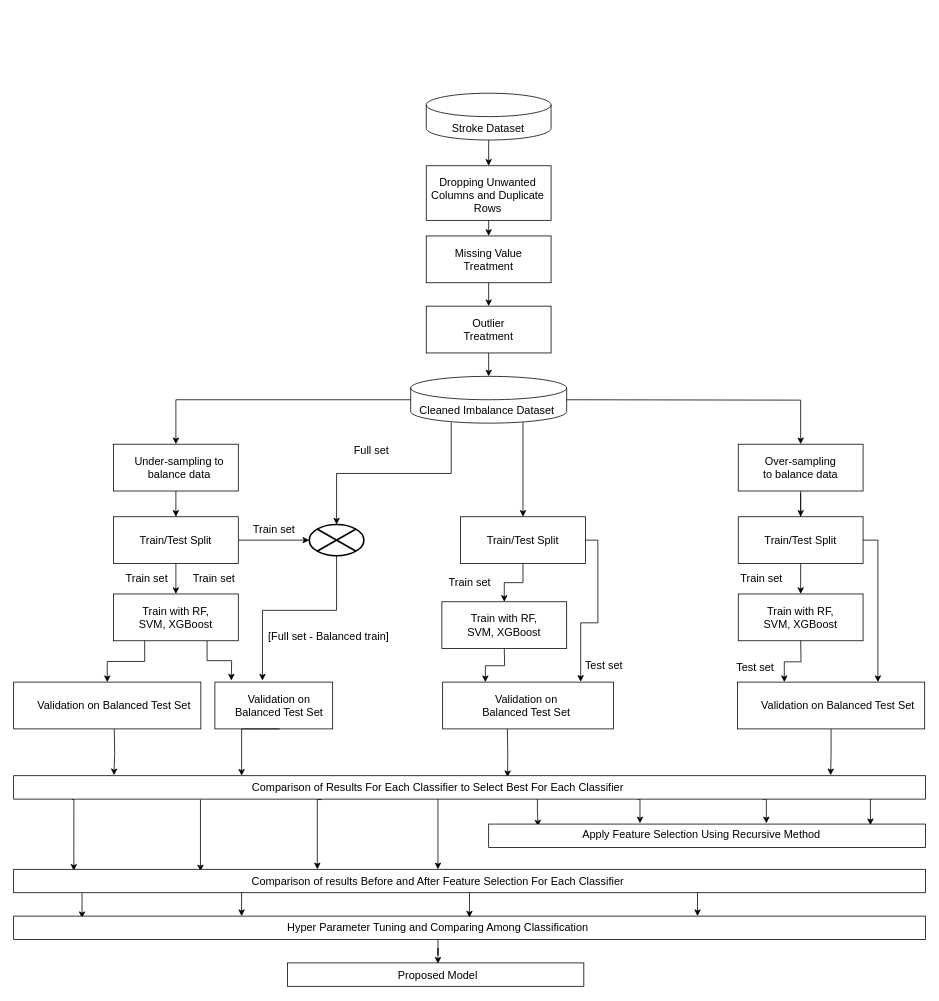
Earlier version of the draw.io diagram Proposed model.drawio (dimitrykhan/MyNGWarriors). Source tidied: cells renumbered, new cells numbered last; positions are measured from the earlier drawing's top-left corner, leaving out a move shared by most shapes. Both pictures are drawn from the tidied source at 78%, with x=0, y=0 at pixel (13, 93).
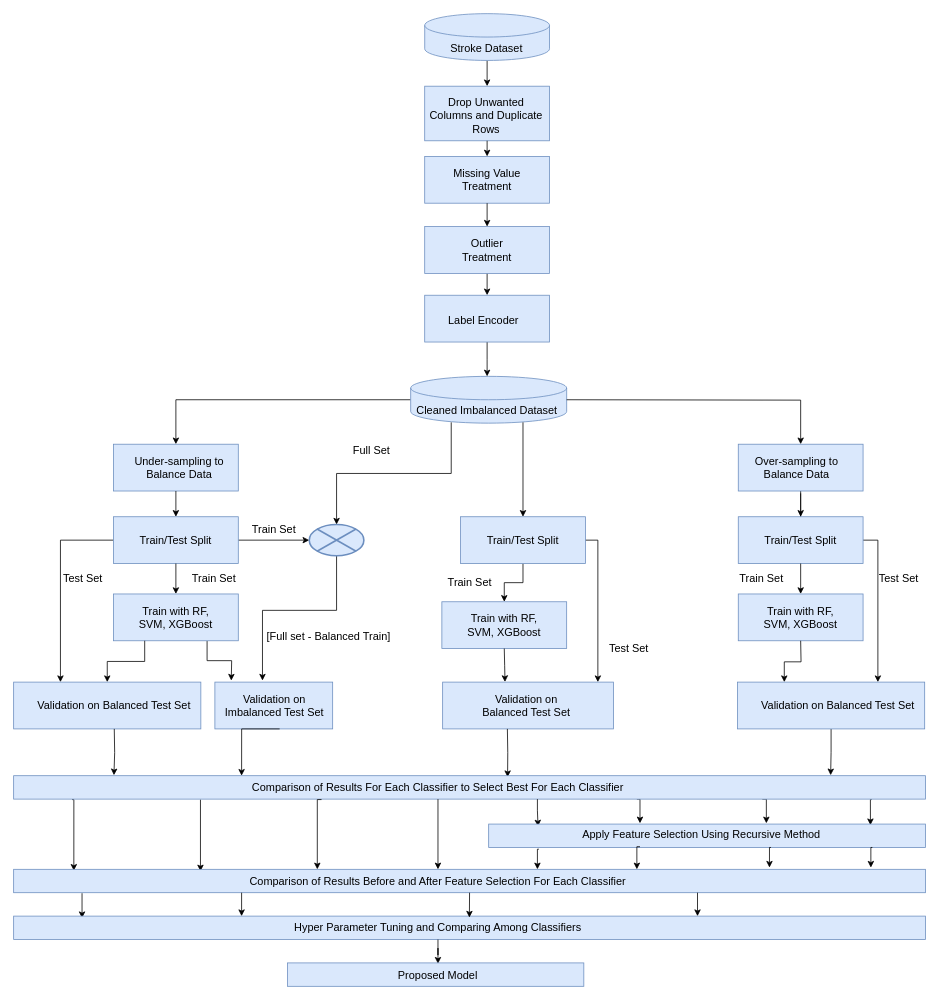
The same diagram, later.

The change refers to these unchanged cells:
```xml
<mxCell id="70" value="&lt;font style=&quot;font-size: 14px;&quot;&gt;Apply Feature Selection Using Recursive Method&lt;/font&gt;" style="text;html=1;strokeColor=none;fillColor=none;align=center;verticalAlign=middle;whiteSpace=wrap;rounded=0;" parent="1" vertex="1">
  <mxGeometry x="724" y="936" width="316" height="30" as="geometry" />
</mxCell>
```

Diff of the diagram source:
```diff
@@
-    <mxCell id="3" style="shape=cylinder3;whiteSpace=wrap;html=1;boundedLbl=1;backgroundOutline=1;size=15;" parent="1" vertex="1">
-      <mxGeometry x="529" width="160" height="60" as="geometry" />
+    <mxCell id="3" style="shape=cylinder3;whiteSpace=wrap;html=1;boundedLbl=1;backgroundOutline=1;size=15;fillColor=#dae8fc;strokeColor=#6c8ebf;" parent="1" vertex="1">
+      <mxGeometry x="527" y="-102" width="160" height="60" as="geometry" />
     </mxCell>
     <mxCell id="4" value="&lt;font style=&quot;font-size: 14px;&quot;&gt;Stroke Dataset&lt;/font&gt;" style="text;html=1;strokeColor=none;fillColor=none;align=center;verticalAlign=middle;whiteSpace=wrap;rounded=0;" parent="1" vertex="1">
-      <mxGeometry x="559" y="30" width="99" height="30" as="geometry" />
+      <mxGeometry x="557" y="-72" width="99" height="30" as="geometry" />
     </mxCell>
-    <mxCell id="5" style="rounded=0;whiteSpace=wrap;html=1;" parent="1" vertex="1">
-      <mxGeometry x="529" y="93" width="160" height="70" as="geometry" />
+    <mxCell id="5" style="rounded=0;whiteSpace=wrap;html=1;fillColor=#dae8fc;strokeColor=#6c8ebf;" parent="1" vertex="1">
+      <mxGeometry x="527" y="-9" width="160" height="70" as="geometry" />
     </mxCell>
     <mxCell id="6" style="edgeStyle=none;rounded=0;jettySize=auto;html=1;entryX=0.5;entryY=0;entryDx=0;entryDy=0;" parent="1" edge="1" target="8">
       <mxGeometry relative="1" as="geometry">
-        <mxPoint x="609" y="163" as="sourcePoint" />
+        <mxPoint x="607" y="61" as="sourcePoint" />
       </mxGeometry>
     </mxCell>
-    <mxCell id="7" value="&lt;font style=&quot;font-size: 14px;&quot;&gt;Dropping Unwanted Columns and Duplicate Rows&lt;/font&gt;" style="text;html=1;strokeColor=none;fillColor=none;align=center;verticalAlign=middle;whiteSpace=wrap;rounded=0;" parent="1" vertex="1">
-      <mxGeometry x="533" y="118" width="150" height="25" as="geometry" />
+    <mxCell id="7" value="&lt;font style=&quot;font-size: 14px;&quot;&gt;Drop Unwanted Columns and Duplicate Rows&lt;/font&gt;" style="text;html=1;strokeColor=none;fillColor=none;align=center;verticalAlign=middle;whiteSpace=wrap;rounded=0;" parent="1" vertex="1">
+      <mxGeometry x="531" y="16" width="150" height="25" as="geometry" />
     </mxCell>
-    <mxCell id="8" style="rounded=0;whiteSpace=wrap;html=1;" parent="1" vertex="1">
-      <mxGeometry x="529" y="183" width="160" height="60" as="geometry" />
+    <mxCell id="8" style="rounded=0;whiteSpace=wrap;html=1;fillColor=#dae8fc;strokeColor=#6c8ebf;" parent="1" vertex="1">
+      <mxGeometry x="527" y="81" width="160" height="60" as="geometry" />
     </mxCell>
     <mxCell id="9" style="edgeStyle=none;rounded=0;jettySize=auto;html=1;entryX=0.5;entryY=0;entryDx=0;entryDy=0;" parent="1" edge="1" target="12">
       <mxGeometry relative="1" as="geometry">
-        <mxPoint x="609" y="243" as="sourcePoint" />
+        <mxPoint x="607" y="141" as="sourcePoint" />
       </mxGeometry>
     </mxCell>
     <mxCell id="10" value="&lt;font style=&quot;font-size: 14px;&quot;&gt;Missing Value Treatment&lt;/font&gt;" style="text;html=1;strokeColor=none;fillColor=none;align=center;verticalAlign=middle;whiteSpace=wrap;rounded=0;" parent="1" vertex="1">
-      <mxGeometry x="559" y="198" width="100" height="30" as="geometry" />
+      <mxGeometry x="557" y="96" width="100" height="30" as="geometry" />
     </mxCell>
-    <mxCell id="11" style="edgeStyle=none;rounded=0;jettySize=auto;html=1;exitX=0.5;exitY=1;exitDx=0;exitDy=0;entryX=0.5;entryY=0;entryDx=0;entryDy=0;entryPerimeter=0;" parent="1" edge="1" source="12">
-      <mxGeometry relative="1" as="geometry">
-        <mxPoint x="609" y="363" as="targetPoint" />
-      </mxGeometry>
+    <mxCell id="11" style="edgeStyle=none;rounded=0;jettySize=auto;html=1;exitX=0.5;exitY=1;exitDx=0;exitDy=0;entryX=0.5;entryY=0;entryDx=0;entryDy=0;" parent="1" edge="1" source="12" target="98">
+      <mxGeometry relative="1" as="geometry" />
     </mxCell>
-    <mxCell id="12" style="rounded=0;whiteSpace=wrap;html=1;" parent="1" vertex="1">
-      <mxGeometry x="529" y="273" width="160" height="60" as="geometry" />
+    <mxCell id="12" style="rounded=0;whiteSpace=wrap;html=1;fillColor=#dae8fc;strokeColor=#6c8ebf;" parent="1" vertex="1">
+      <mxGeometry x="527" y="171" width="160" height="60" as="geometry" />
     </mxCell>
     <mxCell id="13" value="&lt;font style=&quot;font-size: 14px;&quot;&gt;Outlier Treatment&lt;/font&gt;" style="text;html=1;strokeColor=none;fillColor=none;align=center;verticalAlign=middle;whiteSpace=wrap;rounded=0;strokeWidth=2;" parent="1" vertex="1">
-      <mxGeometry x="559" y="288" width="100" height="30" as="geometry" />
+      <mxGeometry x="557" y="186" width="100" height="30" as="geometry" />
     </mxCell>
@@
-    <mxCell id="15" style="shape=cylinder3;whiteSpace=wrap;html=1;boundedLbl=1;backgroundOutline=1;size=15;" parent="1" vertex="1">
+    <mxCell id="15" style="shape=cylinder3;whiteSpace=wrap;html=1;boundedLbl=1;backgroundOutline=1;size=15;fillColor=#dae8fc;strokeColor=#6c8ebf;" parent="1" vertex="1">
       <mxGeometry x="509" y="363" width="200" height="60" as="geometry" />
     </mxCell>
@@
-    <mxCell id="19" value="&lt;font style=&quot;font-size: 14px;&quot;&gt;Cleaned Imbalance Dataset&lt;/font&gt;" style="text;html=1;strokeColor=none;fillColor=none;align=center;verticalAlign=middle;whiteSpace=wrap;rounded=0;" parent="1" vertex="1">
+    <mxCell id="19" value="&lt;font style=&quot;font-size: 14px;&quot;&gt;Cleaned Imbalanced Dataset&lt;/font&gt;" style="text;html=1;strokeColor=none;fillColor=none;align=center;verticalAlign=middle;whiteSpace=wrap;rounded=0;" parent="1" vertex="1">
       <mxGeometry x="515" y="392" width="184" height="30" as="geometry" />
     </mxCell>
+    <mxCell id="95" style="edgeStyle=orthogonalEdgeStyle;rounded=0;jettySize=auto;html=1;entryX=0.25;entryY=0;entryDx=0;entryDy=0;exitX=0;exitY=0.5;exitDx=0;exitDy=0;" parent="1" edge="1" source="28" target="42">
+      <mxGeometry relative="1" as="geometry" />
+    </mxCell>
-    <mxCell id="20" style="rounded=0;whiteSpace=wrap;html=1;" parent="1" vertex="1">
+    <mxCell id="20" style="rounded=0;whiteSpace=wrap;html=1;fillColor=#dae8fc;strokeColor=#6c8ebf;" parent="1" vertex="1">
       <mxGeometry x="128" y="450" width="160" height="60" as="geometry" />
     </mxCell>
@@
-    <mxCell id="22" value="&lt;font style=&quot;font-size: 14px;&quot;&gt;Under-sampling to balance data&lt;/font&gt;" style="text;html=1;strokeColor=none;fillColor=none;align=center;verticalAlign=middle;whiteSpace=wrap;rounded=0;" parent="1" vertex="1">
+    <mxCell id="22" value="&lt;font style=&quot;font-size: 14px;&quot;&gt;Under-sampling to Balance Data&lt;/font&gt;" style="text;html=1;strokeColor=none;fillColor=none;align=center;verticalAlign=middle;whiteSpace=wrap;rounded=0;" parent="1" vertex="1">
       <mxGeometry x="153" y="465" width="119" height="30" as="geometry" />
     </mxCell>
@@
-    <mxCell id="24" style="rounded=0;whiteSpace=wrap;html=1;" parent="1" vertex="1">
+    <mxCell id="24" style="rounded=0;whiteSpace=wrap;html=1;fillColor=#dae8fc;strokeColor=#6c8ebf;" parent="1" vertex="1">
       <mxGeometry x="929" y="450" width="160" height="60" as="geometry" />
     </mxCell>
@@
-    <mxCell id="26" value="&lt;font style=&quot;font-size: 14px;&quot;&gt;Over-sampling to balance data&lt;/font&gt;" style="text;html=1;strokeColor=none;fillColor=none;align=center;verticalAlign=middle;whiteSpace=wrap;rounded=0;" parent="1" vertex="1">
-      <mxGeometry x="959" y="465" width="100" height="30" as="geometry" />
+    <mxCell id="26" value="&lt;font style=&quot;font-size: 14px;&quot;&gt;Over-sampling to Balance Data&lt;/font&gt;" style="text;html=1;strokeColor=none;fillColor=none;align=center;verticalAlign=middle;whiteSpace=wrap;rounded=0;" parent="1" vertex="1">
+      <mxGeometry x="949" y="465" width="110" height="30" as="geometry" />
     </mxCell>
@@
-    <mxCell id="28" style="rounded=0;whiteSpace=wrap;html=1;" parent="1" vertex="1">
+    <mxCell id="28" style="rounded=0;whiteSpace=wrap;html=1;fillColor=#dae8fc;strokeColor=#6c8ebf;" parent="1" vertex="1">
       <mxGeometry x="128" y="543" width="160" height="60" as="geometry" />
     </mxCell>
@@
-    <mxCell id="32" style="rounded=0;whiteSpace=wrap;html=1;" parent="1" vertex="1">
+    <mxCell id="32" style="rounded=0;whiteSpace=wrap;html=1;fillColor=#dae8fc;strokeColor=#6c8ebf;" parent="1" vertex="1">
       <mxGeometry x="929" y="543" width="160" height="60" as="geometry" />
     </mxCell>
@@
-    <mxCell id="36" style="rounded=0;whiteSpace=wrap;html=1;" parent="1" vertex="1">
+    <mxCell id="36" style="rounded=0;whiteSpace=wrap;html=1;fillColor=#dae8fc;strokeColor=#6c8ebf;" parent="1" vertex="1">
       <mxGeometry x="128" y="642" width="160" height="60" as="geometry" />
     </mxCell>
@@
-    <mxCell id="38" style="rounded=0;whiteSpace=wrap;html=1;" parent="1" vertex="1">
+    <mxCell id="38" style="rounded=0;whiteSpace=wrap;html=1;fillColor=#dae8fc;strokeColor=#6c8ebf;" parent="1" vertex="1">
       <mxGeometry x="929" y="642" width="160" height="60" as="geometry" />
     </mxCell>
@@
-    <mxCell id="42" style="rounded=0;whiteSpace=wrap;html=1;" parent="1" vertex="1">
+    <mxCell id="42" style="rounded=0;whiteSpace=wrap;html=1;fillColor=#dae8fc;strokeColor=#6c8ebf;" parent="1" vertex="1">
       <mxGeometry y="755" width="240" height="60" as="geometry" />
     </mxCell>
@@
-    <mxCell id="45" style="rounded=0;whiteSpace=wrap;html=1;" parent="1" vertex="1">
+    <mxCell id="45" style="rounded=0;whiteSpace=wrap;html=1;fillColor=#dae8fc;strokeColor=#6c8ebf;" parent="1" vertex="1">
       <mxGeometry x="258" y="755" width="151" height="60" as="geometry" />
     </mxCell>
@@
-    <mxCell id="47" value="&lt;font style=&quot;font-size: 14px;&quot;&gt;Validation on Balanced Test Set&lt;/font&gt;" style="text;html=1;strokeColor=none;fillColor=none;align=center;verticalAlign=middle;whiteSpace=wrap;rounded=0;" parent="1" vertex="1">
-      <mxGeometry x="282" y="770" width="117" height="30" as="geometry" />
+    <mxCell id="47" value="&lt;font style=&quot;font-size: 14px;&quot;&gt;Validation on Imbalanced Test Set&lt;/font&gt;" style="text;html=1;strokeColor=none;fillColor=none;align=center;verticalAlign=middle;whiteSpace=wrap;rounded=0;" parent="1" vertex="1">
+      <mxGeometry x="261" y="770" width="147" height="30" as="geometry" />
     </mxCell>
@@
-    <mxCell id="49" style="edgeStyle=orthogonalEdgeStyle;rounded=0;jettySize=auto;html=1;entryX=0.808;entryY=-0.006;entryDx=0;entryDy=0;fontSize=14;entryPerimeter=0;" parent="1" edge="1" source="50" target="55">
+    <mxCell id="49" style="edgeStyle=orthogonalEdgeStyle;rounded=0;jettySize=auto;html=1;fontSize=14;" parent="1" edge="1" source="50">
       <mxGeometry relative="1" as="geometry">
+        <mxPoint x="749" y="755" as="targetPoint" />
         <Array as="points">
           <mxPoint x="749" y="573" />
-          <mxPoint x="749" y="679" />
-          <mxPoint x="727" y="679" />
+          <mxPoint x="749" y="755" />
         </Array>
       </mxGeometry>
     </mxCell>
-    <mxCell id="50" style="rounded=0;whiteSpace=wrap;html=1;" parent="1" vertex="1">
+    <mxCell id="50" style="rounded=0;whiteSpace=wrap;html=1;fillColor=#dae8fc;strokeColor=#6c8ebf;" parent="1" vertex="1">
       <mxGeometry x="573" y="543" width="160" height="60" as="geometry" />
     </mxCell>
@@
-    <mxCell id="52" style="rounded=0;whiteSpace=wrap;html=1;" parent="1" vertex="1">
+    <mxCell id="52" style="rounded=0;whiteSpace=wrap;html=1;fillColor=#dae8fc;strokeColor=#6c8ebf;" parent="1" vertex="1">
       <mxGeometry x="549" y="652" width="160" height="60" as="geometry" />
     </mxCell>
-    <mxCell id="53" style="edgeStyle=orthogonalEdgeStyle;rounded=0;jettySize=auto;html=1;entryX=0.25;entryY=0;entryDx=0;entryDy=0;fontSize=14;" parent="1" edge="1" target="55">
+    <mxCell id="53" style="edgeStyle=orthogonalEdgeStyle;rounded=0;jettySize=auto;html=1;entryX=0.365;entryY=-0.003;entryDx=0;entryDy=0;fontSize=14;entryPerimeter=0;" parent="1" edge="1" target="55">
       <mxGeometry relative="1" as="geometry">
         <mxPoint x="629" y="712" as="sourcePoint" />
       </mxGeometry>
     </mxCell>
@@
-    <mxCell id="55" style="rounded=0;whiteSpace=wrap;html=1;" parent="1" vertex="1">
+    <mxCell id="55" style="rounded=0;whiteSpace=wrap;html=1;fillColor=#dae8fc;strokeColor=#6c8ebf;" parent="1" vertex="1">
       <mxGeometry x="550" y="755" width="219" height="60" as="geometry" />
     </mxCell>
@@
-    <mxCell id="59" style="rounded=0;whiteSpace=wrap;html=1;" parent="1" vertex="1">
+    <mxCell id="59" style="rounded=0;whiteSpace=wrap;html=1;fillColor=#dae8fc;strokeColor=#6c8ebf;" parent="1" vertex="1">
       <mxGeometry x="928" y="755" width="240" height="60" as="geometry" />
     </mxCell>
@@
-    <mxCell id="66" style="rounded=0;whiteSpace=wrap;html=1;" parent="1" vertex="1">
+    <mxCell id="66" style="rounded=0;whiteSpace=wrap;html=1;fillColor=#dae8fc;strokeColor=#6c8ebf;" parent="1" vertex="1">
       <mxGeometry y="875" width="1169" height="30" as="geometry" />
     </mxCell>
@@
+    <mxCell id="96" style="edgeStyle=orthogonalEdgeStyle;rounded=0;jettySize=auto;html=1;entryX=0.75;entryY=0;entryDx=0;entryDy=0;fontSize=14;exitX=0.115;exitY=1.073;exitDx=0;exitDy=0;exitPerimeter=0;" parent="1" edge="1" source="69" target="73">
+      <mxGeometry relative="1" as="geometry" />
+    </mxCell>
-    <mxCell id="69" style="rounded=0;whiteSpace=wrap;html=1;" parent="1" vertex="1">
+    <mxCell id="69" style="rounded=0;whiteSpace=wrap;html=1;fillColor=#dae8fc;strokeColor=#6c8ebf;" parent="1" vertex="1">
       <mxGeometry x="609" y="937" width="560" height="30" as="geometry" />
     </mxCell>
@@
-    <mxCell id="72" style="rounded=0;whiteSpace=wrap;html=1;" parent="1" vertex="1">
+    <mxCell id="72" style="rounded=0;whiteSpace=wrap;html=1;fillColor=#dae8fc;strokeColor=#6c8ebf;" parent="1" vertex="1">
       <mxGeometry y="995" width="1169" height="30" as="geometry" />
     </mxCell>
-    <mxCell id="73" value="&lt;font style=&quot;font-size: 14px;&quot;&gt;Comparison of results Before and After Feature Selection For Each Classifier&lt;/font&gt;" style="text;html=1;strokeColor=none;fillColor=none;align=center;verticalAlign=middle;whiteSpace=wrap;rounded=0;" parent="1" vertex="1">
+    <mxCell id="73" value="&lt;font style=&quot;font-size: 14px;&quot;&gt;Comparison of Results Before and After Feature Selection For Each Classifier&lt;/font&gt;" style="text;html=1;strokeColor=none;fillColor=none;align=center;verticalAlign=middle;whiteSpace=wrap;rounded=0;" parent="1" vertex="1">
       <mxGeometry x="289" y="995" width="510" height="30" as="geometry" />
     </mxCell>
-    <mxCell id="74" style="rounded=0;whiteSpace=wrap;html=1;" parent="1" vertex="1">
+    <mxCell id="74" style="rounded=0;whiteSpace=wrap;html=1;fillColor=#dae8fc;strokeColor=#6c8ebf;" parent="1" vertex="1">
       <mxGeometry y="1055" width="1169" height="30" as="geometry" />
     </mxCell>
@@
-    <mxCell id="76" value="&lt;font style=&quot;font-size: 14px;&quot;&gt;Hyper Parameter Tuning and Comparing Among Classification&lt;/font&gt;" style="text;html=1;strokeColor=none;fillColor=none;align=center;verticalAlign=middle;whiteSpace=wrap;rounded=0;" parent="1" vertex="1">
+    <mxCell id="76" value="&lt;font style=&quot;font-size: 14px;&quot;&gt;Hyper Parameter Tuning and Comparing Among Classifiers&lt;/font&gt;" style="text;html=1;strokeColor=none;fillColor=none;align=center;verticalAlign=middle;whiteSpace=wrap;rounded=0;" parent="1" vertex="1">
       <mxGeometry x="289" y="1055" width="510" height="30" as="geometry" />
     </mxCell>
-    <mxCell id="77" style="rounded=0;whiteSpace=wrap;html=1;" parent="1" vertex="1">
+    <mxCell id="77" style="rounded=0;whiteSpace=wrap;html=1;fillColor=#dae8fc;strokeColor=#6c8ebf;" parent="1" vertex="1">
       <mxGeometry x="351" y="1115" width="380" height="30" as="geometry" />
     </mxCell>
     <mxCell id="78" value="&lt;font style=&quot;font-size: 14px;&quot;&gt;Proposed Model&lt;/font&gt;" style="text;html=1;strokeColor=none;fillColor=none;align=center;verticalAlign=middle;whiteSpace=wrap;rounded=0;" parent="1" vertex="1">
-      <mxGeometry x="289" y="1116" width="510" height="30" as="geometry" />
+      <mxGeometry x="439" y="1116" width="210" height="30" as="geometry" />
     </mxCell>
@@
-    <mxCell id="85" style="verticalLabelPosition=bottom;verticalAlign=top;html=1;shape=mxgraph.flowchart.or;fontSize=14;strokeWidth=2;" parent="1" vertex="1">
+    <mxCell id="85" style="verticalLabelPosition=bottom;verticalAlign=top;html=1;shape=mxgraph.flowchart.or;fontSize=14;strokeWidth=2;fillColor=#dae8fc;strokeColor=#6c8ebf;" parent="1" vertex="1">
       <mxGeometry x="379" y="553" width="70" height="40" as="geometry" />
     </mxCell>
-    <mxCell id="86" value="Full set" style="text;html=1;strokeColor=none;fillColor=none;align=center;verticalAlign=middle;whiteSpace=wrap;rounded=0;fontSize=14;" parent="1" vertex="1">
+    <mxCell id="86" value="Full Set" style="text;html=1;strokeColor=none;fillColor=none;align=center;verticalAlign=middle;whiteSpace=wrap;rounded=0;fontSize=14;" parent="1" vertex="1">
       <mxGeometry x="429" y="443" width="60" height="30" as="geometry" />
     </mxCell>
-    <mxCell id="87" value="Train set" style="text;html=1;strokeColor=none;fillColor=none;align=center;verticalAlign=middle;whiteSpace=wrap;rounded=0;fontSize=14;" parent="1" vertex="1">
-      <mxGeometry x="141" y="607" width="60" height="30" as="geometry" />
+    <mxCell id="87" value="Test Set" style="text;html=1;strokeColor=none;fillColor=none;align=center;verticalAlign=middle;whiteSpace=wrap;rounded=0;fontSize=14;" parent="1" vertex="1">
+      <mxGeometry x="59" y="607" width="60" height="30" as="geometry" />
     </mxCell>
-    <mxCell id="88" value="Train set" style="text;html=1;strokeColor=none;fillColor=none;align=center;verticalAlign=middle;whiteSpace=wrap;rounded=0;fontSize=14;" parent="1" vertex="1">
+    <mxCell id="88" value="Train Set" style="text;html=1;strokeColor=none;fillColor=none;align=center;verticalAlign=middle;whiteSpace=wrap;rounded=0;fontSize=14;" parent="1" vertex="1">
       <mxGeometry x="227" y="607" width="60" height="30" as="geometry" />
     </mxCell>
-    <mxCell id="89" value="Train set" style="text;html=1;strokeColor=none;fillColor=none;align=center;verticalAlign=middle;whiteSpace=wrap;rounded=0;fontSize=14;" parent="1" vertex="1">
+    <mxCell id="89" value="Train Set" style="text;html=1;strokeColor=none;fillColor=none;align=center;verticalAlign=middle;whiteSpace=wrap;rounded=0;fontSize=14;" parent="1" vertex="1">
       <mxGeometry x="303.5" y="544" width="60" height="30" as="geometry" />
     </mxCell>
-    <mxCell id="90" value="Train set" style="text;html=1;strokeColor=none;fillColor=none;align=center;verticalAlign=middle;whiteSpace=wrap;rounded=0;fontSize=14;" parent="1" vertex="1">
+    <mxCell id="90" value="Train Set" style="text;html=1;strokeColor=none;fillColor=none;align=center;verticalAlign=middle;whiteSpace=wrap;rounded=0;fontSize=14;" parent="1" vertex="1">
       <mxGeometry x="554.5" y="612" width="60" height="30" as="geometry" />
     </mxCell>
-    <mxCell id="91" value="Test set" style="text;html=1;strokeColor=none;fillColor=none;align=center;verticalAlign=middle;whiteSpace=wrap;rounded=0;fontSize=14;" parent="1" vertex="1">
-      <mxGeometry x="727" y="719" width="60" height="30" as="geometry" />
+    <mxCell id="91" value="Test Set" style="text;html=1;strokeColor=none;fillColor=none;align=center;verticalAlign=middle;whiteSpace=wrap;rounded=0;fontSize=14;" parent="1" vertex="1">
+      <mxGeometry x="759" y="697" width="60" height="30" as="geometry" />
     </mxCell>
-    <mxCell id="92" value="Train set" style="text;html=1;strokeColor=none;fillColor=none;align=center;verticalAlign=middle;whiteSpace=wrap;rounded=0;fontSize=14;" parent="1" vertex="1">
+    <mxCell id="92" value="Train Set" style="text;html=1;strokeColor=none;fillColor=none;align=center;verticalAlign=middle;whiteSpace=wrap;rounded=0;fontSize=14;" parent="1" vertex="1">
       <mxGeometry x="929" y="607" width="60" height="30" as="geometry" />
     </mxCell>
-    <mxCell id="93" value="Test set" style="text;html=1;strokeColor=none;fillColor=none;align=center;verticalAlign=middle;whiteSpace=wrap;rounded=0;fontSize=14;" parent="1" vertex="1">
-      <mxGeometry x="921" y="721" width="60" height="30" as="geometry" />
+    <mxCell id="93" value="Test Set" style="text;html=1;strokeColor=none;fillColor=none;align=center;verticalAlign=middle;whiteSpace=wrap;rounded=0;fontSize=14;" parent="1" vertex="1">
+      <mxGeometry x="1105" y="607" width="60" height="30" as="geometry" />
     </mxCell>
-    <mxCell id="94" value="[Full set - Balanced train]" style="text;html=1;strokeColor=none;fillColor=none;align=center;verticalAlign=middle;whiteSpace=wrap;rounded=0;fontSize=14;rotation=0;" parent="1" vertex="1">
+    <mxCell id="94" value="[Full set - Balanced Train]" style="text;html=1;strokeColor=none;fillColor=none;align=center;verticalAlign=middle;whiteSpace=wrap;rounded=0;fontSize=14;rotation=0;" parent="1" vertex="1">
       <mxGeometry x="319" y="682" width="170" height="30" as="geometry" />
     </mxCell>
+    <mxCell id="97" style="edgeStyle=orthogonalEdgeStyle;rounded=0;jettySize=auto;html=1;" parent="1" edge="1" source="98">
+      <mxGeometry relative="1" as="geometry">
+        <mxPoint x="607" y="363" as="targetPoint" />
+      </mxGeometry>
+    </mxCell>
+    <mxCell id="98" style="rounded=0;whiteSpace=wrap;html=1;fillColor=#dae8fc;strokeColor=#6c8ebf;" parent="1" vertex="1">
+      <mxGeometry x="527" y="259" width="160" height="60" as="geometry" />
+    </mxCell>
+    <mxCell id="99" value="&lt;font style=&quot;font-size: 14px;&quot;&gt;Label Encoder&lt;/font&gt;" style="text;html=1;strokeColor=none;fillColor=none;align=center;verticalAlign=middle;whiteSpace=wrap;rounded=0;strokeWidth=2;" parent="1" vertex="1">
+      <mxGeometry x="553" y="277" width="99" height="30" as="geometry" />
+    </mxCell>
+    <mxCell id="100" style="edgeStyle=orthogonalEdgeStyle;rounded=0;jettySize=auto;html=1;entryX=1;entryY=0;entryDx=0;entryDy=0;fontSize=14;exitX=0.25;exitY=1;exitDx=0;exitDy=0;" parent="1" edge="1" source="70" target="73">
+      <mxGeometry relative="1" as="geometry">
+        <Array as="points">
+          <mxPoint x="799" y="966" />
+        </Array>
+      </mxGeometry>
+    </mxCell>
+    <mxCell id="101" style="edgeStyle=orthogonalEdgeStyle;rounded=0;orthogonalLoop=1;jettySize=auto;html=1;entryX=0.75;entryY=0;entryDx=0;entryDy=0;fontSize=14;exitX=0.115;exitY=1.073;exitDx=0;exitDy=0;exitPerimeter=0;" parent="1" edge="1">
+      <mxGeometry relative="1" as="geometry">
+        <mxPoint x="970.9" y="967" as="sourcePoint" />
+        <mxPoint x="969" y="992.8" as="targetPoint" />
+      </mxGeometry>
+    </mxCell>
+    <mxCell id="102" style="edgeStyle=orthogonalEdgeStyle;rounded=0;orthogonalLoop=1;jettySize=auto;html=1;entryX=0.75;entryY=0;entryDx=0;entryDy=0;fontSize=14;exitX=0.115;exitY=1.073;exitDx=0;exitDy=0;exitPerimeter=0;" parent="1" edge="1">
+      <mxGeometry relative="1" as="geometry">
+        <mxPoint x="1100.9" y="967" as="sourcePoint" />
+        <mxPoint x="1099" y="992.8" as="targetPoint" />
+      </mxGeometry>
+    </mxCell>
```
